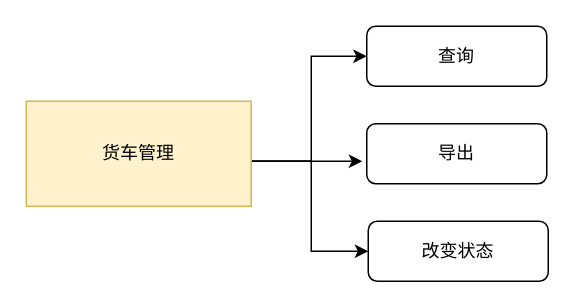
Earlier version of the draw.io diagram 货车管理.drawio (pbm0802/GitIDEATest). Source tidied: cells renumbered, new cells numbered last; positions are measured from the earlier drawing's top-left corner, leaving out a move shared by most shapes. Both pictures are drawn from the tidied source at 150%, with x=0, y=0 at pixel (26, 26).
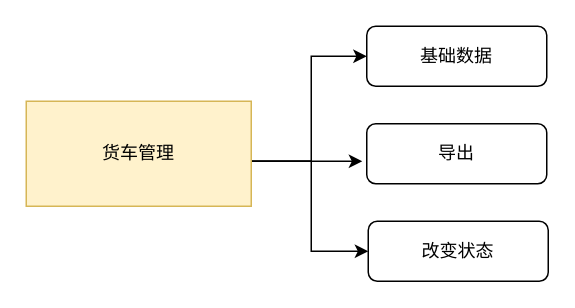
After the change.

Commit message (it also covers changes not shown here):
更新货车管理.drawio

The edit, as a diff of the source:
```diff
@@
 <mxGraphModel>
   <root>
     <mxCell id="0" />
     <mxCell id="1" parent="0" />
     <mxCell id="2" style="edgeStyle=orthogonalEdgeStyle;rounded=0;orthogonalLoop=1;jettySize=auto;html=1;exitX=1;exitY=0.5;exitDx=0;exitDy=0;entryX=0;entryY=0.5;entryDx=0;entryDy=0;" parent="1" edge="1">
       <mxGeometry relative="1" as="geometry">
         <mxPoint x="150" y="90" as="sourcePoint" />
         <mxPoint x="224" y="90" as="targetPoint" />
       </mxGeometry>
     </mxCell>
     <mxCell id="3" style="edgeStyle=orthogonalEdgeStyle;rounded=0;jettySize=auto;html=1;exitX=1;exitY=0.5;exitDx=0;exitDy=0;entryX=0;entryY=0.5;entryDx=0;entryDy=0;" parent="1" edge="1" source="5" target="6">
       <mxGeometry relative="1" as="geometry">
         <Array as="points">
           <mxPoint x="150" y="90" />
           <mxPoint x="190" y="90" />
           <mxPoint x="190" y="20" />
         </Array>
       </mxGeometry>
     </mxCell>
     <mxCell id="4" style="edgeStyle=orthogonalEdgeStyle;rounded=0;jettySize=auto;html=1;exitX=1;exitY=0.5;exitDx=0;exitDy=0;entryX=0;entryY=0.5;entryDx=0;entryDy=0;" parent="1" edge="1" source="5" target="8">
       <mxGeometry relative="1" as="geometry">
         <Array as="points">
           <mxPoint x="150" y="90" />
           <mxPoint x="190" y="90" />
           <mxPoint x="190" y="150" />
           <mxPoint x="224" y="150" />
         </Array>
       </mxGeometry>
     </mxCell>
     <mxCell id="5" value="货车管理" style="rounded=0;whiteSpace=wrap;html=1;fillColor=#fff2cc;strokeColor=#d6b656;" parent="1" vertex="1">
       <mxGeometry y="50" width="150" height="70" as="geometry" />
     </mxCell>
-    <mxCell id="6" value="查询" style="rounded=1;whiteSpace=wrap;html=1;fontSize=12;glass=0;strokeWidth=1;shadow=0;" parent="1" vertex="1">
+    <mxCell id="6" value="基础数据" style="rounded=1;whiteSpace=wrap;html=1;fontSize=12;glass=0;strokeWidth=1;shadow=0;" parent="1" vertex="1">
       <mxGeometry x="227" width="120" height="40" as="geometry" />
     </mxCell>
     <mxCell id="7" value="导出" style="rounded=1;whiteSpace=wrap;html=1;fontSize=12;glass=0;strokeWidth=1;shadow=0;" parent="1" vertex="1">
       <mxGeometry x="227" y="65" width="120" height="40" as="geometry" />
     </mxCell>
     <mxCell id="8" value="改变状态" style="rounded=1;whiteSpace=wrap;html=1;fontSize=12;glass=0;strokeWidth=1;shadow=0;" parent="1" vertex="1">
       <mxGeometry x="228" y="130" width="120" height="40" as="geometry" />
     </mxCell>
   </root>
 </mxGraphModel>
```
